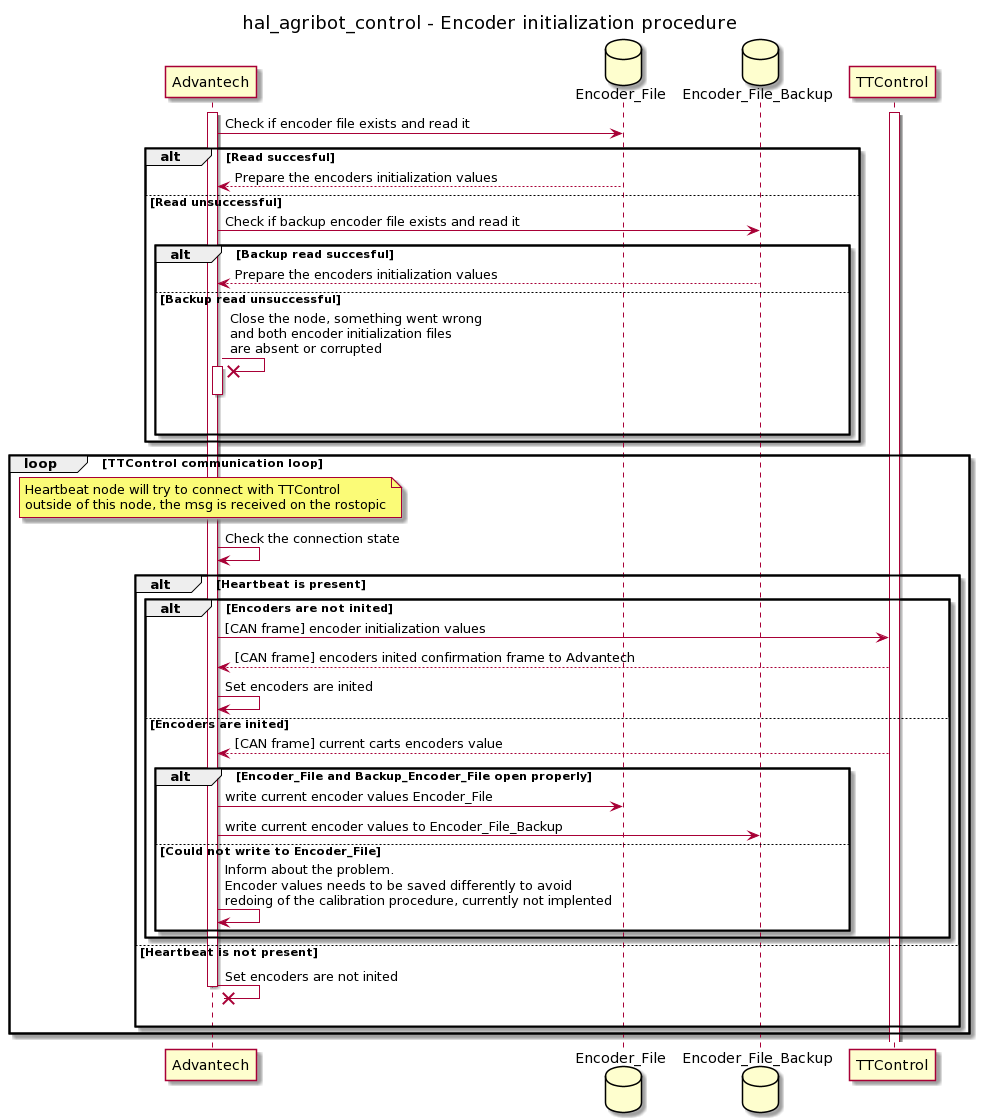
agribot-2-0/hal_agribot_control keeps this PlantUML diagram as documentation/CartsEncodersInitializationProcedure.png. Above is the earlier version.
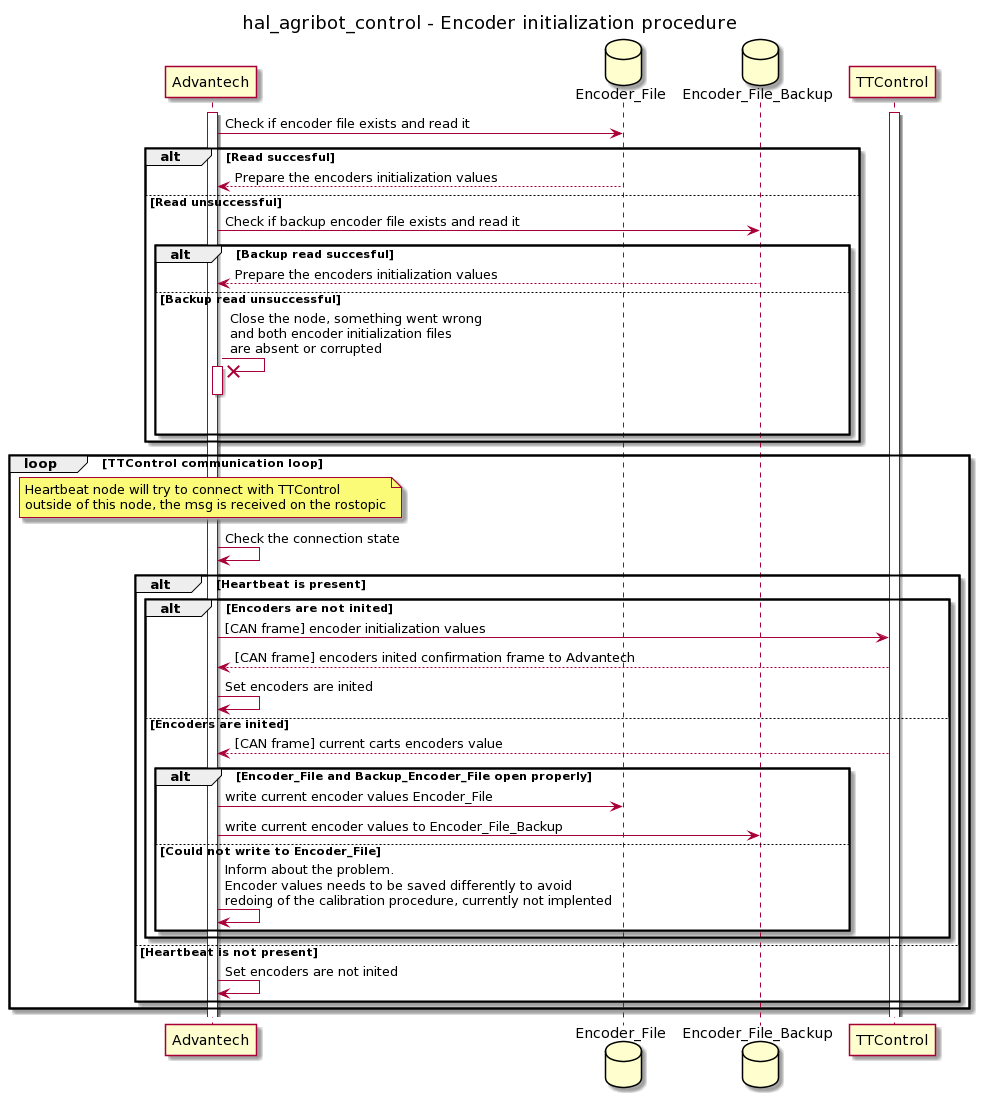
After the change.

Commit message:
I made a mistake with arrowhead type in diagram

The edit, as a diff of the source:
```diff
@@ -41,9 +41,7 @@
 end
 end
 else    Heartbeat is not present
-Advantech ->x Advantech: Set encoders are not inited
-|||
-deactivate Advantech
+Advantech -> Advantech: Set encoders are not inited
 end
 end
 @enduml
```
